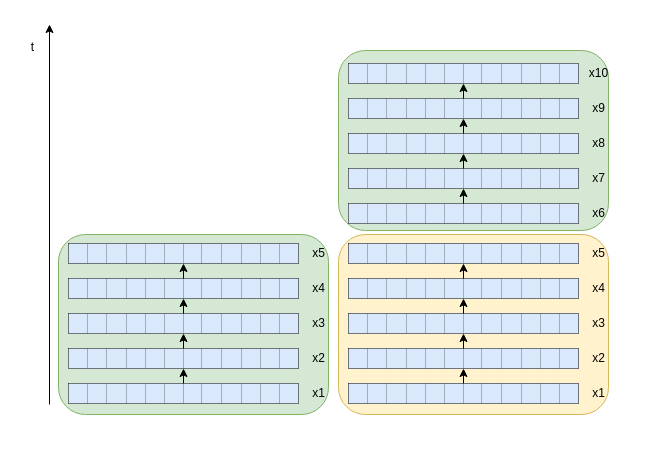
Before: 人工智能-输入数据结构.drawio in poetlife/diagrams, a draw.io diagram. Source tidied: cells renumbered, new cells numbered last; positions are measured from the earlier drawing's top-left corner, leaving out a move shared by most shapes. Both pictures are drawn from the tidied source at 100%, with x=0, y=0 at pixel (17, 24).
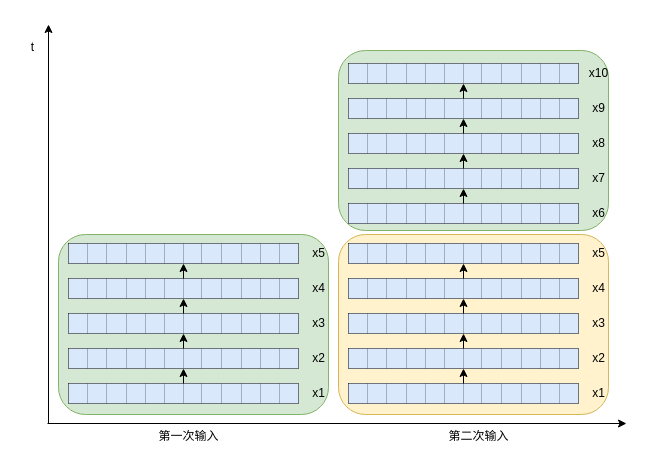
After the change.

Commit message (it also covers changes not shown here):
更新人工智能-输入数据结构.drawio

Diff of the diagram source:
```diff
@@
     <mxCell id="2" style="endArrow=classic;html=1;rounded=0;" parent="1" edge="1">
       <mxGeometry relative="1" as="geometry">
-        <mxPoint x="32" y="380" as="sourcePoint" />
-        <mxPoint x="32" as="targetPoint" />
+        <mxPoint x="31" y="399" as="sourcePoint" />
+        <mxPoint x="31" as="targetPoint" />
       </mxGeometry>
     </mxCell>
@@
+    <mxCell id="248" style="endArrow=classic;html=1;rounded=0;" parent="1" edge="1">
+      <mxGeometry relative="1" as="geometry">
+        <mxPoint x="30" y="399" as="sourcePoint" />
+        <mxPoint x="609" y="399" as="targetPoint" />
+      </mxGeometry>
+    </mxCell>
+    <mxCell id="249" value="第一次输入" style="text;html=1;align=center;verticalAlign=middle;strokeColor=none;fillColor=none;" parent="1" vertex="1">
+      <mxGeometry x="131" y="397" width="80" height="30" as="geometry" />
+    </mxCell>
+    <mxCell id="250" value="第二次输入" style="text;html=1;align=center;verticalAlign=middle;strokeColor=none;fillColor=none;" parent="1" vertex="1">
+      <mxGeometry x="421" y="397" width="80" height="30" as="geometry" />
+    </mxCell>
```
